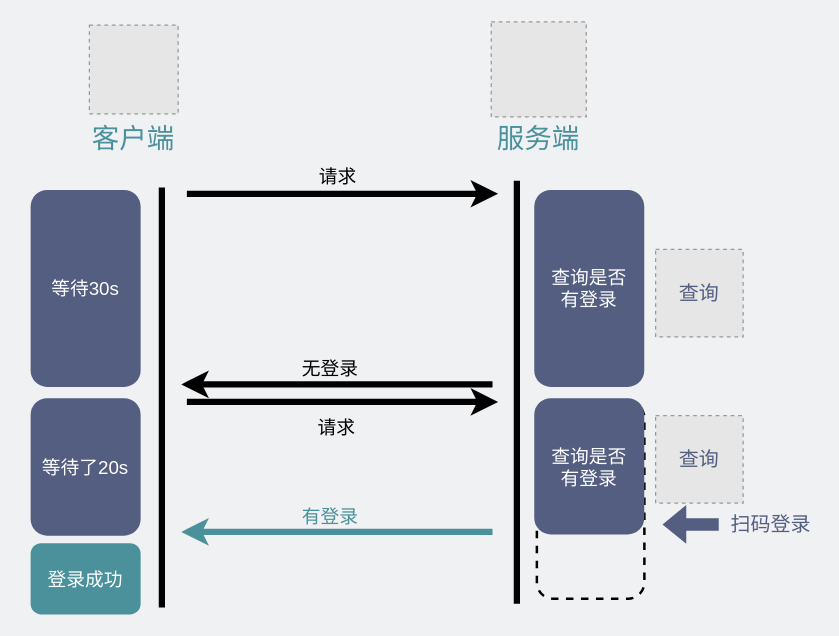
Earlier version of the draw.io diagram network/长轮询.drawio (xiaobaiTech/image). Source tidied: cells renumbered, new cells numbered last; positions are measured from the earlier drawing's top-left corner, leaving out a move shared by most shapes. Both pictures are drawn from the tidied source at 125%, with x=0, y=0 at pixel (21, 21). Pictures stored in the file or linked from it are replaced by grey dashed boxes.
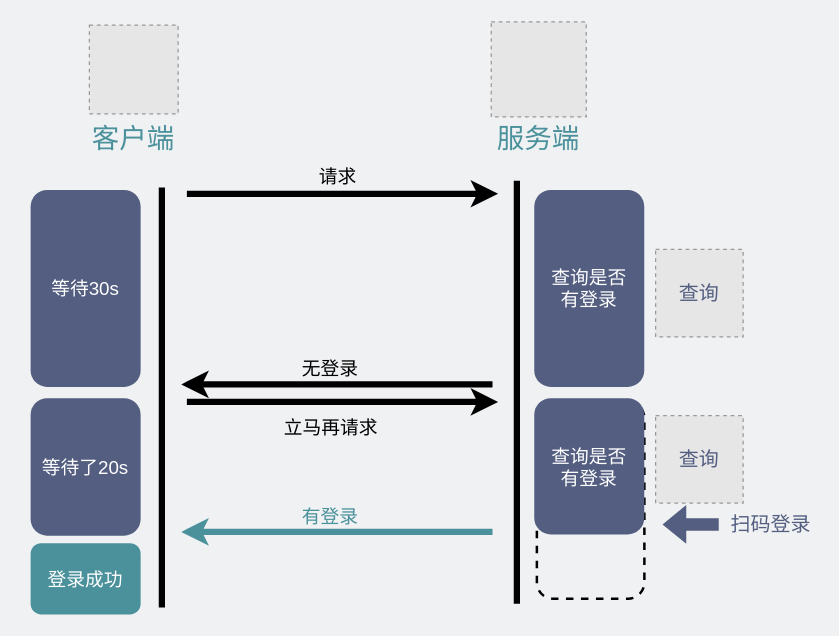
Above is the later version.

Commit message:
更新长轮询.drawio

What changed in the source:
```diff
@@
-    <mxCell id="21" value="&lt;font style=&quot;font-size: 15px;&quot;&gt;请求&lt;/font&gt;" style="text;html=1;strokeColor=none;fillColor=none;align=center;verticalAlign=middle;whiteSpace=wrap;rounded=0;" parent="1" vertex="1">
-      <mxGeometry x="222" y="309" width="60" height="30" as="geometry" />
+    <mxCell id="21" value="&lt;font style=&quot;font-size: 15px;&quot;&gt;立马再请求&lt;/font&gt;" style="text;html=1;strokeColor=none;fillColor=none;align=center;verticalAlign=middle;whiteSpace=wrap;rounded=0;" parent="1" vertex="1">
+      <mxGeometry x="206.5" y="309" width="81" height="30" as="geometry" />
     </mxCell>
```
